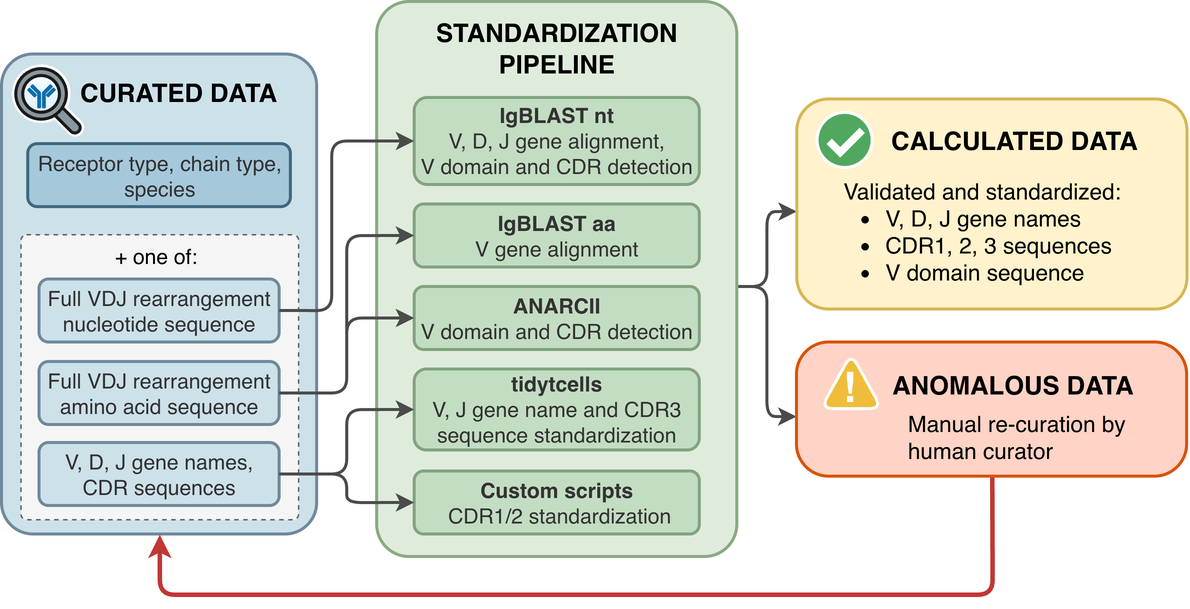
The draw.io diagram pipeline_overview.png in LonnekeScheffer/IEDB_Receptor_Pipeline, before a commit. Source tidied: cells renumbered, new cells last; positions are measured from the earlier drawing's top-left corner, leaving out a move shared by most shapes.
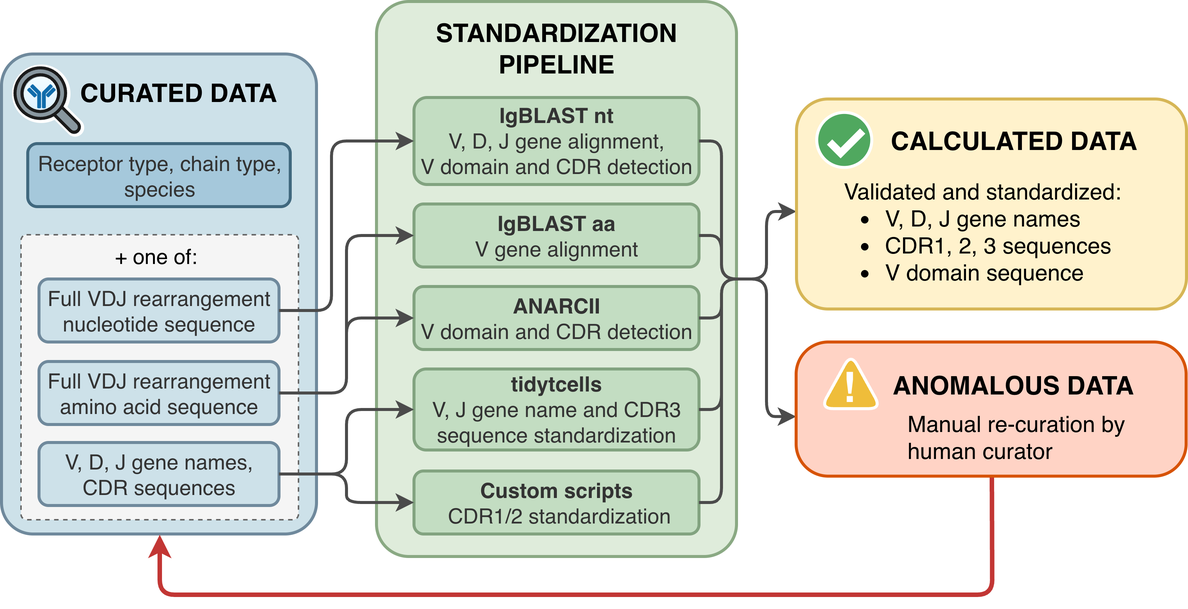
The same file after the commit.

What changed in the source:
```diff
@@ -5,22 +5,23 @@
     <mxCell id="2" style="rounded=1;whiteSpace=wrap;html=1;fillColor=light-dark(#CDE1E9,#EDEDED);fontColor=#333333;strokeColor=light-dark(#6F899C,#EDEDED);arcSize=10;strokeWidth=2;" parent="1" vertex="1">
       <mxGeometry y="35" width="210" height="320" as="geometry" />
     </mxCell>
-    <mxCell id="3" style="edgeStyle=orthogonalEdgeStyle;rounded=1;orthogonalLoop=1;jettySize=auto;html=1;exitX=1;exitY=0.5;exitDx=0;exitDy=0;entryX=0;entryY=0.5;entryDx=0;entryDy=0;strokeWidth=2;curved=0;strokeColor=#4B4B4B;" parent="1" edge="1">
+    <mxCell id="3" style="edgeStyle=orthogonalEdgeStyle;rounded=1;orthogonalLoop=1;jettySize=auto;html=1;entryX=0;entryY=0.5;entryDx=0;entryDy=0;strokeWidth=2;curved=0;strokeColor=#4B4B4B;" parent="1" edge="1">
       <mxGeometry relative="1" as="geometry">
-        <mxPoint x="490" y="190" as="sourcePoint" />
+        <mxPoint x="490" y="185" as="sourcePoint" />
         <mxPoint x="529.8" y="276.7" as="targetPoint" />
         <Array as="points">
-          <mxPoint x="510" y="190" />
+          <mxPoint x="490" y="185" />
+          <mxPoint x="510" y="185" />
           <mxPoint x="510" y="277" />
         </Array>
       </mxGeometry>
     </mxCell>
-    <mxCell id="4" style="edgeStyle=orthogonalEdgeStyle;rounded=1;orthogonalLoop=1;jettySize=auto;html=1;exitX=1;exitY=0.5;exitDx=0;exitDy=0;strokeWidth=2;curved=0;strokeColor=#4B4B4B;" parent="1" edge="1">
+    <mxCell id="4" style="edgeStyle=orthogonalEdgeStyle;rounded=1;orthogonalLoop=1;jettySize=auto;html=1;strokeWidth=2;curved=0;strokeColor=#4B4B4B;" parent="1" edge="1">
       <mxGeometry relative="1" as="geometry">
-        <mxPoint x="490" y="190" as="sourcePoint" />
+        <mxPoint x="490" y="185" as="sourcePoint" />
         <mxPoint x="530" y="140" as="targetPoint" />
         <Array as="points">
-          <mxPoint x="510" y="190" />
+          <mxPoint x="510" y="185" />
           <mxPoint x="510" y="140" />
         </Array>
       </mxGeometry>
@@ -205,5 +206,49 @@
         </Array>
       </mxGeometry>
     </mxCell>
+    <mxCell id="53" style="edgeStyle=orthogonalEdgeStyle;rounded=1;jettySize=auto;html=1;exitX=1;exitY=0.5;exitDx=0;exitDy=0;strokeWidth=2;curved=0;strokeColor=#4B4B4B;endArrow=none;endFill=0;" parent="1" edge="1" source="8">
+      <mxGeometry relative="1" as="geometry">
+        <mxPoint x="500" y="185" as="targetPoint" />
+        <Array as="points">
+          <mxPoint x="480" y="93" />
+          <mxPoint x="480" y="185" />
+        </Array>
+      </mxGeometry>
+    </mxCell>
+    <mxCell id="54" style="edgeStyle=orthogonalEdgeStyle;rounded=1;jettySize=auto;html=1;exitX=1;exitY=0.5;exitDx=0;exitDy=0;strokeWidth=2;curved=0;strokeColor=#4B4B4B;endArrow=none;endFill=0;" parent="1" edge="1" source="51">
+      <mxGeometry relative="1" as="geometry">
+        <mxPoint x="500" y="185" as="targetPoint" />
+        <Array as="points">
+          <mxPoint x="480" y="334" />
+          <mxPoint x="480" y="185" />
+        </Array>
+      </mxGeometry>
+    </mxCell>
+    <mxCell id="55" style="edgeStyle=orthogonalEdgeStyle;rounded=1;jettySize=auto;html=1;exitX=1;exitY=0.5;exitDx=0;exitDy=0;strokeWidth=2;curved=0;strokeColor=#4B4B4B;endArrow=none;endFill=0;" parent="1" edge="1" source="10">
+      <mxGeometry relative="1" as="geometry">
+        <mxPoint x="500" y="185" as="targetPoint" />
+        <Array as="points">
+          <mxPoint x="480" y="272" />
+          <mxPoint x="480" y="185" />
+        </Array>
+      </mxGeometry>
+    </mxCell>
+    <mxCell id="56" style="edgeStyle=orthogonalEdgeStyle;rounded=1;jettySize=auto;html=1;exitX=1;exitY=0.5;exitDx=0;exitDy=0;strokeWidth=2;curved=0;strokeColor=#4B4B4B;endArrow=none;endFill=0;" parent="1" edge="1" source="9">
+      <mxGeometry relative="1" as="geometry">
+        <mxPoint x="500" y="185" as="targetPoint" />
+        <Array as="points">
+          <mxPoint x="480" y="156" />
+          <mxPoint x="480" y="185" />
+        </Array>
+      </mxGeometry>
+    </mxCell>
+    <mxCell id="57" style="edgeStyle=orthogonalEdgeStyle;rounded=1;jettySize=auto;html=1;exitX=1;exitY=0.5;exitDx=0;exitDy=0;strokeWidth=2;curved=0;strokeColor=#4B4B4B;endArrow=none;endFill=0;" parent="1" edge="1" source="11">
+      <mxGeometry relative="1" as="geometry">
+        <mxPoint x="480" y="195" as="targetPoint" />
+        <Array as="points">
+          <mxPoint x="480" y="211" />
+        </Array>
+      </mxGeometry>
+    </mxCell>
   </root>
 </mxGraphModel>
```
